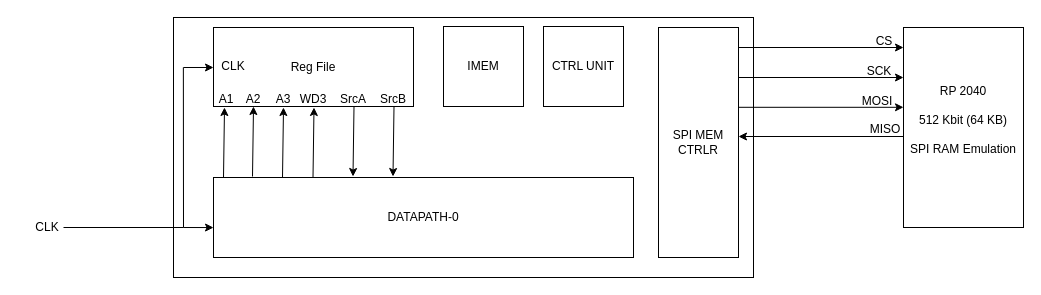
This is single-cycle/Hardware Arch.drawio from ubc-asic/superscalar-summer, a draw.io file, before an edit. Source tidied: cells renumbered, new cells numbered last; positions are measured from the earlier drawing's top-left corner, leaving out a move shared by most shapes. Both pictures are drawn from the tidied source at 100%, with x=0, y=0 at pixel (17, 17).
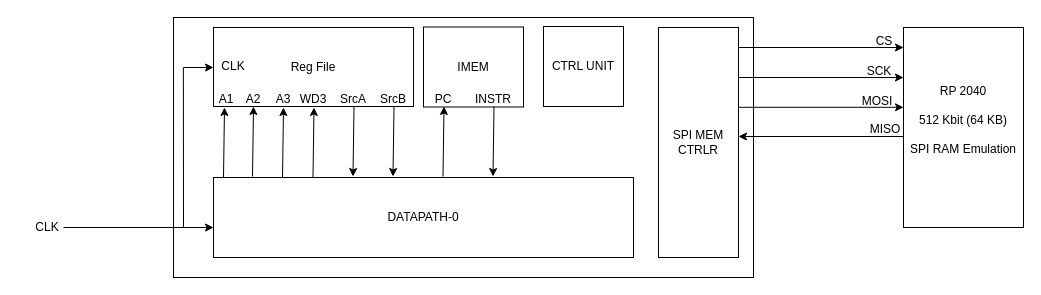
The same page after the edit.

What changed in the source:
```diff
@@
     <mxCell id="7" value="IMEM" style="whiteSpace=wrap;html=1;" parent="1" vertex="1">
-      <mxGeometry x="426" y="9" width="80" height="80" as="geometry" />
+      <mxGeometry x="406" y="9.5" width="100" height="80" as="geometry" />
     </mxCell>
@@
+    <mxCell id="35" value="PC" style="text;html=1;whiteSpace=wrap;strokeColor=none;fillColor=none;align=center;verticalAlign=middle;rounded=0;" parent="1" vertex="1">
+      <mxGeometry x="396" y="67" width="60" height="30" as="geometry" />
+    </mxCell>
+    <mxCell id="36" value="INSTR" style="text;html=1;whiteSpace=wrap;strokeColor=none;fillColor=none;align=center;verticalAlign=middle;rounded=0;" parent="1" vertex="1">
+      <mxGeometry x="446" y="67" width="60" height="30" as="geometry" />
+    </mxCell>
+    <mxCell id="37" style="endArrow=classic;html=1;rounded=0;" parent="1" edge="1">
+      <mxGeometry relative="1" as="geometry">
+        <mxPoint x="425.5" y="159" as="sourcePoint" />
+        <mxPoint x="426.5" y="89" as="targetPoint" />
+      </mxGeometry>
+    </mxCell>
+    <mxCell id="38" style="endArrow=classic;html=1;rounded=0;" parent="1" edge="1">
+      <mxGeometry relative="1" as="geometry">
+        <mxPoint x="476.5" y="89" as="sourcePoint" />
+        <mxPoint x="475.5" y="159" as="targetPoint" />
+      </mxGeometry>
+    </mxCell>
```
